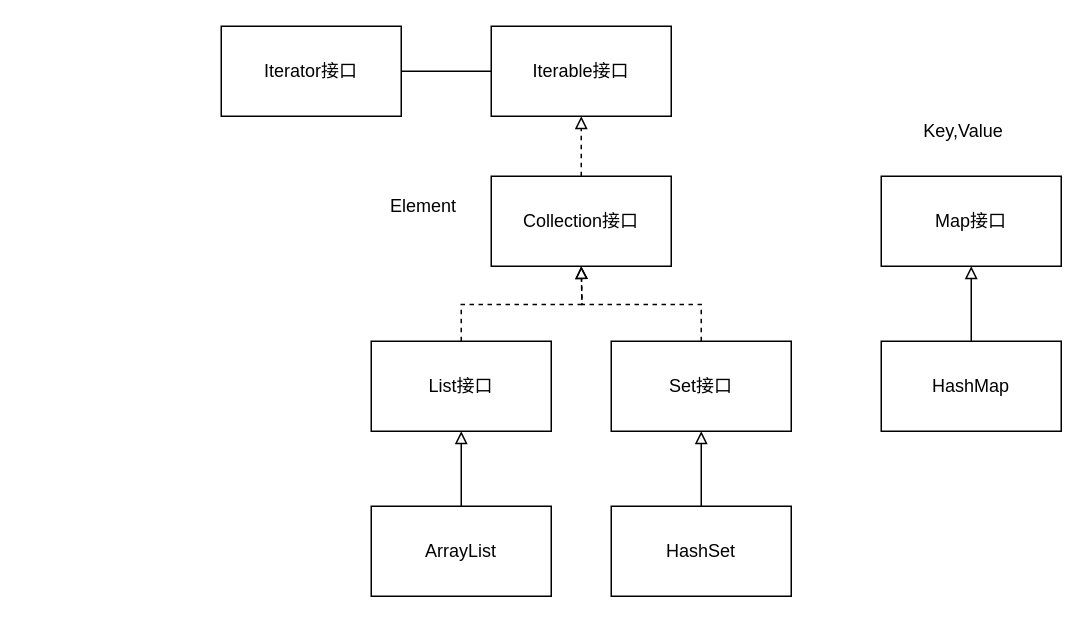
Earlier version of the draw.io diagram collections.drawio (zhangge208/LearningJava). Source tidied: cells renumbered, new cells numbered last; positions are measured from the earlier drawing's top-left corner, leaving out a move shared by most shapes. Both pictures are drawn from the tidied source at 150%, with x=0, y=0 at pixel (220, 26).
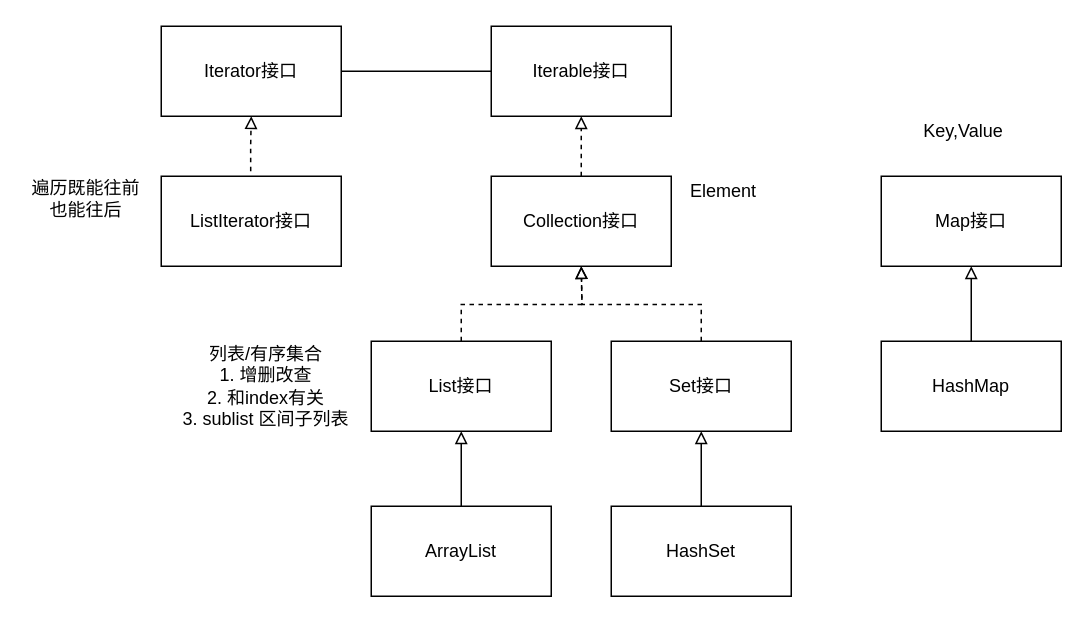
The same diagram, later.

The edit, as a diff of the source:
```diff
@@
     <mxCell id="5" value="Element" style="text;html=1;strokeColor=none;fillColor=none;align=center;verticalAlign=middle;whiteSpace=wrap;rounded=0;" parent="1" vertex="1">
-      <mxGeometry x="100" y="110" width="70" height="20" as="geometry" />
+      <mxGeometry x="300" y="100" width="70" height="20" as="geometry" />
     </mxCell>
@@
     <mxCell id="18" value="Iterator接口" style="rounded=0;whiteSpace=wrap;html=1;" parent="1" vertex="1">
-      <mxGeometry width="120" height="60" as="geometry" />
+      <mxGeometry x="-40" width="120" height="60" as="geometry" />
     </mxCell>
     <mxCell id="19" style="line;strokeWidth=1;html=1;" parent="1" vertex="1">
-      <mxGeometry x="120" y="25" width="60" height="10" as="geometry" />
+      <mxGeometry x="80" y="25" width="100" height="10" as="geometry" />
     </mxCell>
+    <mxCell id="20" value="列表/有序集合&lt;br&gt;1. 增删改查&lt;br&gt;2. 和index有关&lt;br&gt;3. sublist 区间子列表" style="text;html=1;strokeColor=none;fillColor=none;align=center;verticalAlign=middle;whiteSpace=wrap;rounded=0;" parent="1" vertex="1">
+      <mxGeometry x="-40" y="215" width="140" height="50" as="geometry" />
+    </mxCell>
+    <mxCell id="21" value="ListIterator接口" style="rounded=0;whiteSpace=wrap;html=1;" parent="1" vertex="1">
+      <mxGeometry x="-40" y="100" width="120" height="60" as="geometry" />
+    </mxCell>
+    <mxCell id="22" style="endArrow=block;endFill=0;shadow=0;strokeWidth=1;rounded=0;edgeStyle=orthogonalEdgeStyle;elbow=vertical;dashed=1;entryX=0.5;entryY=1;entryDx=0;entryDy=0;exitX=0.497;exitY=-0.055;exitDx=0;exitDy=0;exitPerimeter=0;" parent="1" edge="1" source="21" target="18">
+      <mxGeometry relative="1" as="geometry" />
+    </mxCell>
+    <mxCell id="23" value="遍历既能往前也能往后" style="text;html=1;strokeColor=none;fillColor=none;align=center;verticalAlign=middle;whiteSpace=wrap;rounded=0;" parent="1" vertex="1">
+      <mxGeometry x="-130" y="100" width="80" height="30" as="geometry" />
+    </mxCell>
```
